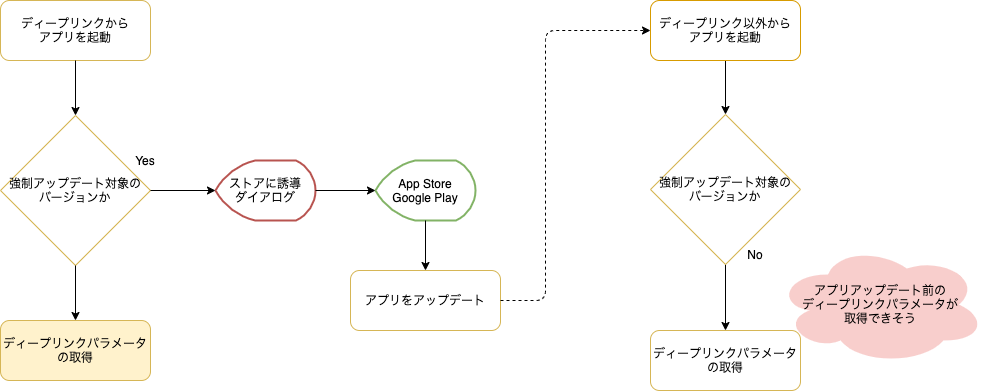
This is website/docs/react-native/santoku/decisions/assets/adr-005-deep-links-flow1.drawio.png from ws-4020/mobile-app-crib-notes, a draw.io export, as it was before one commit. Source tidied: cells renumbered, new cells last; positions are measured from the earlier drawing's top-left corner, leaving out a move shared by most shapes. Its diagram source:
```xml
<mxGraphModel>
  <root>
    <mxCell id="0" />
    <mxCell id="1" parent="0" />
    <mxCell id="2" value="ディープリンクから&lt;br&gt;アプリを起動" style="rounded=1;whiteSpace=wrap;html=1;strokeColor=#d6b656;fillColor=none;" parent="1" vertex="1">
      <mxGeometry width="150" height="60" as="geometry" />
    </mxCell>
    <mxCell id="3" value="強制アップデート対象の&lt;br&gt;バージョンか" style="rhombus;whiteSpace=wrap;html=1;strokeColor=#d6b656;fillColor=none;" parent="1" vertex="1">
      <mxGeometry y="115" width="150" height="150" as="geometry" />
    </mxCell>
    <mxCell id="4" value="ストアに誘導&lt;br&gt;ダイアログ" style="strokeWidth=2;html=1;shape=mxgraph.flowchart.display;whiteSpace=wrap;strokeColor=#b85450;fillColor=none;" parent="1" vertex="1">
      <mxGeometry x="215" y="160" width="100" height="60" as="geometry" />
    </mxCell>
    <mxCell id="5" value="App Store&lt;br&gt;Google Play" style="strokeWidth=2;html=1;shape=mxgraph.flowchart.display;whiteSpace=wrap;strokeColor=#82b366;fillColor=none;" parent="1" vertex="1">
      <mxGeometry x="375" y="160" width="100" height="60" as="geometry" />
    </mxCell>
    <mxCell id="6" value="アプリをアップデート" style="rounded=1;whiteSpace=wrap;html=1;strokeColor=#d6b656;fillColor=none;" parent="1" vertex="1">
      <mxGeometry x="350" y="270" width="150" height="60" as="geometry" />
    </mxCell>
    <mxCell id="7" value="ディープリンクパラメータの取得" style="rounded=1;whiteSpace=wrap;html=1;strokeColor=#d6b656;fillColor=none;" parent="1" vertex="1">
      <mxGeometry x="650" y="330" width="150" height="60" as="geometry" />
    </mxCell>
    <mxCell id="8" style="endArrow=classic;html=1;exitX=0.5;exitY=1;exitDx=0;exitDy=0;entryX=0.5;entryY=0;entryDx=0;entryDy=0;" parent="1" edge="1" source="2" target="3">
      <mxGeometry relative="1" as="geometry" />
    </mxCell>
    <mxCell id="9" style="endArrow=classic;html=1;exitX=1;exitY=0.5;exitDx=0;exitDy=0;entryX=0;entryY=0.5;entryDx=0;entryDy=0;entryPerimeter=0;" parent="1" edge="1" source="3" target="4">
      <mxGeometry relative="1" as="geometry" />
    </mxCell>
    <mxCell id="10" style="endArrow=classic;html=1;exitX=1;exitY=0.5;exitDx=0;exitDy=0;entryX=0;entryY=0.5;entryDx=0;entryDy=0;entryPerimeter=0;exitPerimeter=0;" parent="1" edge="1" source="4" target="5">
      <mxGeometry relative="1" as="geometry" />
    </mxCell>
    <mxCell id="11" style="endArrow=classic;html=1;exitX=0.5;exitY=1;exitDx=0;exitDy=0;entryX=0.5;entryY=0;entryDx=0;entryDy=0;exitPerimeter=0;" parent="1" edge="1" source="5" target="6">
      <mxGeometry relative="1" as="geometry" />
    </mxCell>
    <mxCell id="12" style="endArrow=classic;html=1;entryX=0.5;entryY=0;entryDx=0;entryDy=0;exitX=0.5;exitY=1;exitDx=0;exitDy=0;" parent="1" edge="1" source="19" target="15">
      <mxGeometry relative="1" as="geometry" />
    </mxCell>
    <mxCell id="13" style="endArrow=classic;html=1;exitX=0.5;exitY=1;exitDx=0;exitDy=0;" parent="1" edge="1" source="15" target="7">
      <mxGeometry relative="1" as="geometry" />
    </mxCell>
    <mxCell id="14" style="endArrow=classic;html=1;exitX=1;exitY=0.5;exitDx=0;exitDy=0;entryX=0;entryY=0.5;entryDx=0;entryDy=0;dashed=1;" parent="1" edge="1" source="6" target="19">
      <mxGeometry relative="1" as="geometry">
        <Array as="points">
          <mxPoint x="545" y="300" />
          <mxPoint x="545" y="30" />
        </Array>
      </mxGeometry>
    </mxCell>
    <mxCell id="15" value="強制アップデート対象の&lt;br&gt;バージョンか" style="rhombus;whiteSpace=wrap;html=1;strokeColor=#d6b656;fillColor=none;" parent="1" vertex="1">
      <mxGeometry x="650" y="114" width="150" height="150" as="geometry" />
    </mxCell>
    <mxCell id="16" value="&lt;span&gt;アプリアップデート前の&lt;br&gt;ディープリンクパラメータが&lt;br&gt;取得できそう&lt;/span&gt;" style="ellipse;shape=cloud;whiteSpace=wrap;html=1;fillColor=#f8cecc;strokeColor=none;" parent="1" vertex="1">
      <mxGeometry x="775" y="244" width="210" height="120" as="geometry" />
    </mxCell>
    <mxCell id="17" value="Yes" style="text;html=1;strokeColor=none;fillColor=none;align=center;verticalAlign=middle;whiteSpace=wrap;rounded=0;" parent="1" vertex="1">
      <mxGeometry x="125" y="150" width="40" height="20" as="geometry" />
    </mxCell>
    <mxCell id="18" value="No" style="text;html=1;strokeColor=none;fillColor=none;align=center;verticalAlign=middle;whiteSpace=wrap;rounded=0;" parent="1" vertex="1">
      <mxGeometry x="735" y="244" width="40" height="20" as="geometry" />
    </mxCell>
    <mxCell id="19" value="ディープリンク以外から&lt;br&gt;アプリを起動" style="rounded=1;whiteSpace=wrap;html=1;strokeColor=#d79b00;fillColor=none;" parent="1" vertex="1">
      <mxGeometry x="650" width="150" height="60" as="geometry" />
    </mxCell>
    <mxCell id="20" value="ディープリンクパラメータの取得" style="rounded=1;whiteSpace=wrap;html=1;strokeColor=#d6b656;fillColor=#fff2cc;" parent="1" vertex="1">
      <mxGeometry y="320" width="150" height="60" as="geometry" />
    </mxCell>
    <mxCell id="21" style="endArrow=classic;html=1;exitX=0.5;exitY=1;exitDx=0;exitDy=0;" parent="1" edge="1" source="3" target="20">
      <mxGeometry relative="1" as="geometry" />
    </mxCell>
  </root>
</mxGraphModel>
```
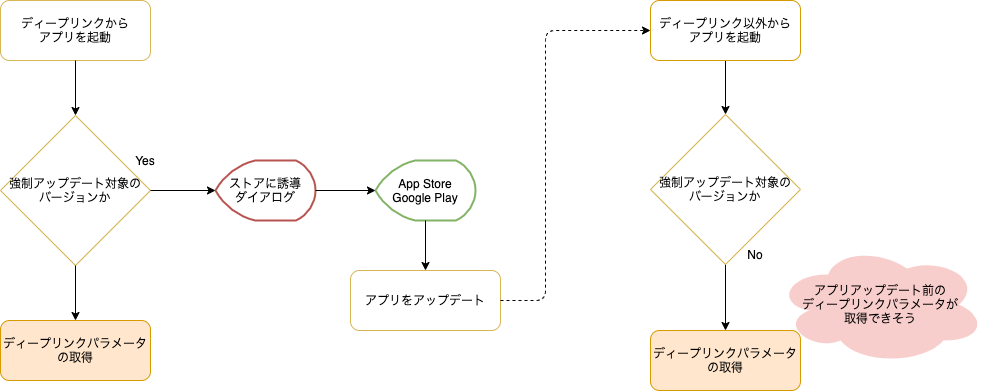
After the change.

Change to the diagram source:
```diff
@@ -17,7 +17,7 @@
     <mxCell id="6" value="アプリをアップデート" style="rounded=1;whiteSpace=wrap;html=1;strokeColor=#d6b656;fillColor=none;" parent="1" vertex="1">
       <mxGeometry x="350" y="270" width="150" height="60" as="geometry" />
     </mxCell>
-    <mxCell id="7" value="ディープリンクパラメータの取得" style="rounded=1;whiteSpace=wrap;html=1;strokeColor=#d6b656;fillColor=none;" parent="1" vertex="1">
+    <mxCell id="7" value="ディープリンクパラメータの取得" style="rounded=1;whiteSpace=wrap;html=1;strokeColor=#d79b00;fillColor=#ffe6cc;" parent="1" vertex="1">
       <mxGeometry x="650" y="330" width="150" height="60" as="geometry" />
     </mxCell>
     <mxCell id="8" style="endArrow=classic;html=1;exitX=0.5;exitY=1;exitDx=0;exitDy=0;entryX=0.5;entryY=0;entryDx=0;entryDy=0;" parent="1" edge="1" source="2" target="3">
@@ -61,7 +61,7 @@
     <mxCell id="19" value="ディープリンク以外から&lt;br&gt;アプリを起動" style="rounded=1;whiteSpace=wrap;html=1;strokeColor=#d79b00;fillColor=none;" parent="1" vertex="1">
       <mxGeometry x="650" width="150" height="60" as="geometry" />
     </mxCell>
-    <mxCell id="20" value="ディープリンクパラメータの取得" style="rounded=1;whiteSpace=wrap;html=1;strokeColor=#d6b656;fillColor=#fff2cc;" parent="1" vertex="1">
+    <mxCell id="20" value="ディープリンクパラメータの取得" style="rounded=1;whiteSpace=wrap;html=1;strokeColor=#d79b00;fillColor=#ffe6cc;" parent="1" vertex="1">
       <mxGeometry y="320" width="150" height="60" as="geometry" />
     </mxCell>
     <mxCell id="21" style="endArrow=classic;html=1;exitX=0.5;exitY=1;exitDx=0;exitDy=0;" parent="1" edge="1" source="3" target="20">
```
